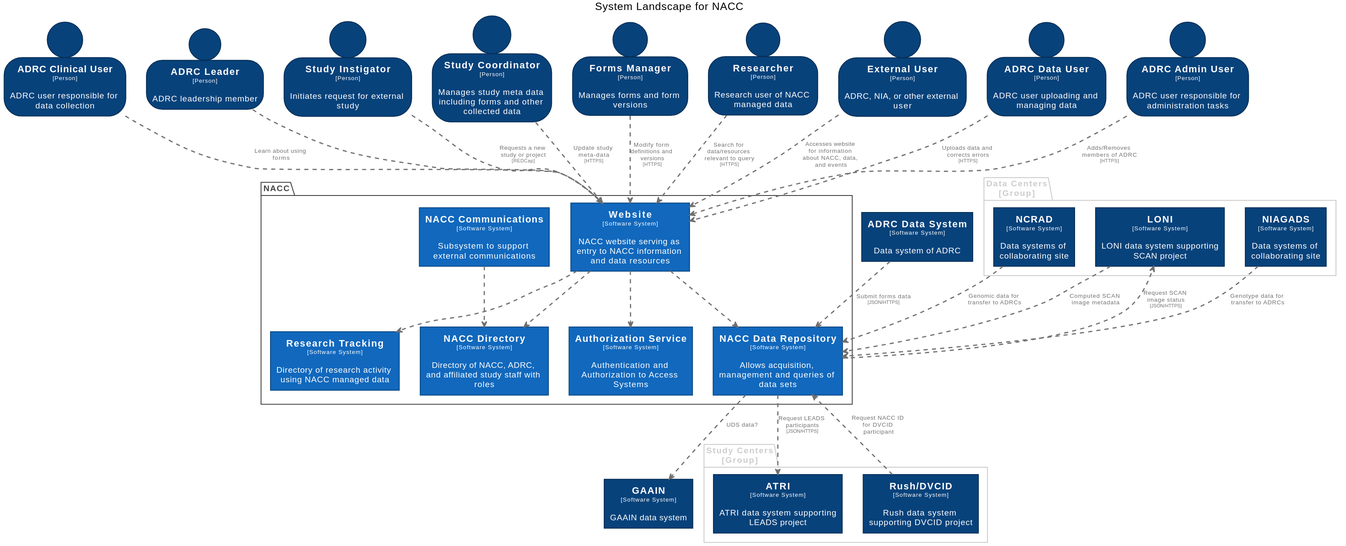
Earlier version of the PlantUML export docs/images/structurizr-SystemLandscape.svg (naccdata/system-design).
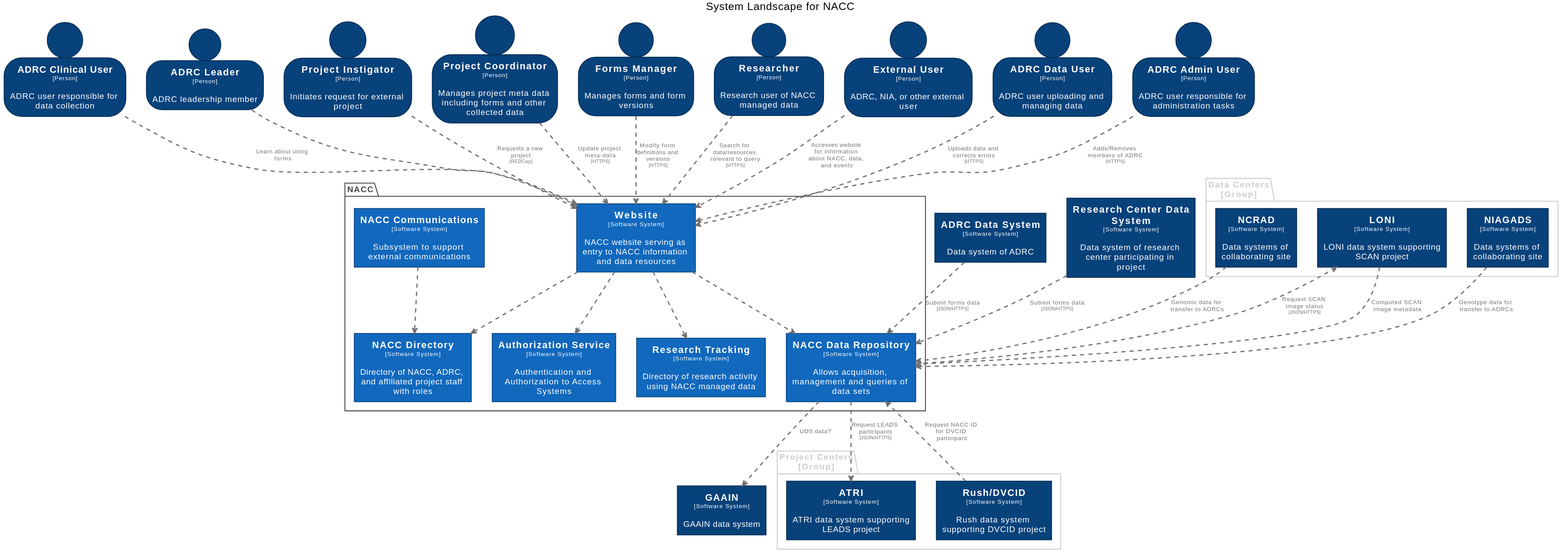
After the change.

Change to the diagram source:
```diff
@@ -93,6 +93,21 @@
   FontColor #ffffff
   BorderColor #052e56
 }
+skinparam person<<ProjectCoordinator>> {
+  BackgroundColor #08427b
+  FontColor #ffffff
+  BorderColor #052e56
+}
+skinparam person<<ProjectInstigator>> {
+  BackgroundColor #08427b
+  FontColor #ffffff
+  BorderColor #052e56
+}
+skinparam rectangle<<ResearchCenterDataSystem>> {
+  BackgroundColor #08427b
+  FontColor #ffffff
+  BorderColor #052e56
+}
 skinparam rectangle<<ResearchTracking>> {
   BackgroundColor #1168bd
   FontColor #ffffff
@@ -104,16 +119,6 @@
   BorderColor #052e56
 }
 skinparam rectangle<<RushDVCID>> {
-  BackgroundColor #08427b
-  FontColor #ffffff
-  BorderColor #052e56
-}
-skinparam person<<StudyCoordinator>> {
-  BackgroundColor #08427b
-  FontColor #ffffff
-  BorderColor #052e56
-}
-skinparam person<<StudyInstigator>> {
   BackgroundColor #08427b
   FontColor #ffffff
   BorderColor #052e56
@@ -130,7 +135,7 @@
 
   rectangle "==Authorization Service\n<size:10>[Software System]</size>\n\nAuthentication and Authorization to Access Systems" <<AuthorizationService>> as AuthorizationService
   rectangle "==NACC Data Repository\n<size:10>[Software System]</size>\n\nAllows acquisition, management and queries of data sets" <<NACCDataRepository>> as NACCDataRepository
-  rectangle "==NACC Directory\n<size:10>[Software System]</size>\n\nDirectory of NACC, ADRC, and affiliated study staff with roles" <<NACCDirectory>> as NACCDirectory
+  rectangle "==NACC Directory\n<size:10>[Software System]</size>\n\nDirectory of NACC, ADRC, and affiliated project staff with roles" <<NACCDirectory>> as NACCDirectory
   rectangle "==NACC Communications\n<size:10>[Software System]</size>\n\nSubsystem to support external communications" <<NACCCommunications>> as NACCCommunications
   rectangle "==Research Tracking\n<size:10>[Software System]</size>\n\nDirectory of research activity using NACC managed data" <<ResearchTracking>> as ResearchTracking
   rectangle "==Website\n<size:10>[Software System]</size>\n\nNACC website serving as entry to NACC information and data resources" <<Website>> as Website
@@ -145,7 +150,7 @@
   rectangle "==LONI\n<size:10>[Software System]</size>\n\nLONI data system supporting SCAN project" <<LONI>> as LONI
 }
 
-package "Study Centers\n[Group]" <<group>> {
+package "Project Centers\n[Group]" <<group>> {
   skinparam PackageBorderColor<<group>> #cccccc
   skinparam PackageFontColor<<group>> #cccccc
 
@@ -155,11 +160,12 @@
 
 person "==ADRC Clinical User\n<size:10>[Person]</size>\n\nADRC user responsible for data collection" <<ADRCClinicalUser>> as ADRCClinicalUser
 person "==ADRC Leader\n<size:10>[Person]</size>\n\nADRC leadership member" <<ADRCLeader>> as ADRCLeader
-person "==Study Instigator\n<size:10>[Person]</size>\n\nInitiates request for external study" <<StudyInstigator>> as StudyInstigator
-person "==Study Coordinator\n<size:10>[Person]</size>\n\nManages study meta data including forms and other collected data" <<StudyCoordinator>> as StudyCoordinator
+person "==Project Instigator\n<size:10>[Person]</size>\n\nInitiates request for external project" <<ProjectInstigator>> as ProjectInstigator
+person "==Project Coordinator\n<size:10>[Person]</size>\n\nManages project meta data including forms and other collected data" <<ProjectCoordinator>> as ProjectCoordinator
 person "==Forms Manager\n<size:10>[Person]</size>\n\nManages forms and form versions" <<FormsManager>> as FormsManager
 person "==Researcher\n<size:10>[Person]</size>\n\nResearch user of NACC managed data" <<Researcher>> as Researcher
 rectangle "==ADRC Data System\n<size:10>[Software System]</size>\n\nData system of ADRC" <<ADRCDataSystem>> as ADRCDataSystem
+rectangle "==Research Center Data System\n<size:10>[Software System]</size>\n\nData system of research center participating in project" <<ResearchCenterDataSystem>> as ResearchCenterDataSystem
 rectangle "==GAAIN\n<size:10>[Software System]</size>\n\nGAAIN data system" <<GAAIN>> as GAAIN
 person "==External User\n<size:10>[Person]</size>\n\nADRC, NIA, or other external user" <<ExternalUser>> as ExternalUser
 person "==ADRC Data User\n<size:10>[Person]</size>\n\nADRC user uploading and managing data" <<ADRCDataUser>> as ADRCDataUser
@@ -167,11 +173,12 @@
 
 ADRCClinicalUser .[#707070,thickness=2].> Website : "<color:#707070>Learn about using forms"
 ADRCLeader .[#707070,thickness=2].> Website : "<color:#707070>"
-StudyInstigator .[#707070,thickness=2].> Website : "<color:#707070>Requests a new study or project\n<color:#707070><size:8>[REDCap]</size>"
-StudyCoordinator .[#707070,thickness=2].> Website : "<color:#707070>Update study meta-data\n<color:#707070><size:8>[HTTPS]</size>"
+ProjectInstigator .[#707070,thickness=2].> Website : "<color:#707070>Requests a new project\n<color:#707070><size:8>[REDCap]</size>"
+ProjectCoordinator .[#707070,thickness=2].> Website : "<color:#707070>Update project meta-data\n<color:#707070><size:8>[HTTPS]</size>"
 FormsManager .[#707070,thickness=2].> Website : "<color:#707070>Modify form definitions and versions\n<color:#707070><size:8>[HTTPS]</size>"
 Researcher .[#707070,thickness=2].> Website : "<color:#707070>Search for data/resources relevant to query\n<color:#707070><size:8>[HTTPS]</size>"
 ADRCDataSystem .[#707070,thickness=2].> NACCDataRepository : "<color:#707070>Submit forms data\n<color:#707070><size:8>[JSON/HTTPS]</size>"
+ResearchCenterDataSystem .[#707070,thickness=2].> NACCDataRepository : "<color:#707070>Submit forms data\n<color:#707070><size:8>[JSON/HTTPS]</size>"
 NCRAD .[#707070,thickness=2].> NACCDataRepository : "<color:#707070>Genomic data for transfer to ADRCs"
 NIAGADS .[#707070,thickness=2].> NACCDataRepository : "<color:#707070>Genotype data for transfer to ADRCs"
 LONI .[#707070,thickness=2].> NACCDataRepository : "<color:#707070>Computed SCAN image metadata"
```
